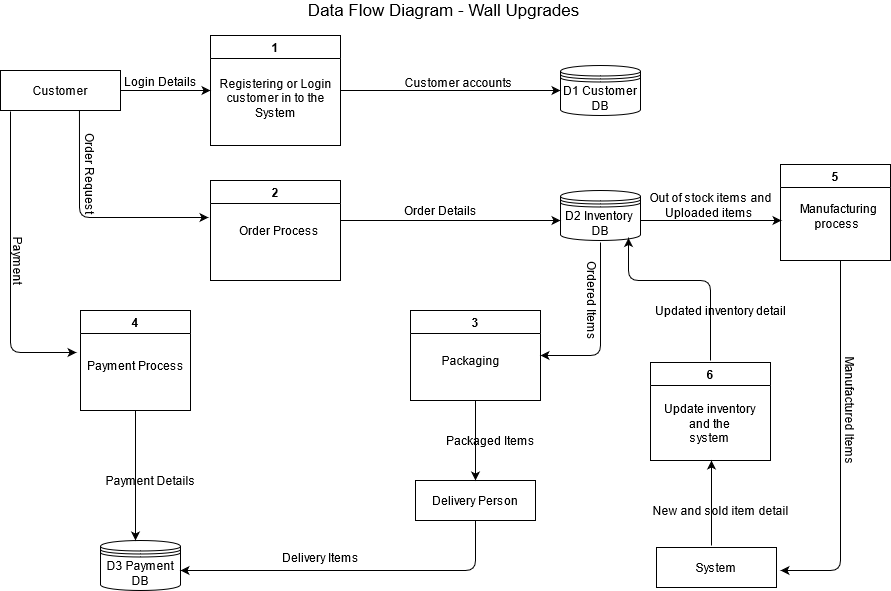
Before: Data Flow Diagram - Wall Upgrades.drawio.png, a diagram exported from draw.io (DhananjaDinethmi/DhananjaDinethmi.github.io). Source tidied: cells renumbered, new cells last; positions are measured from the earlier drawing's top-left corner, leaving out a move shared by most shapes. The source it was exported from:
```xml
<mxGraphModel>
  <root>
    <mxCell id="0" />
    <mxCell id="1" parent="0" />
    <mxCell id="2" value="&lt;font style=&quot;font-size: 17px&quot;&gt;Data Flow Diagram - Wall Upgrades&lt;/font&gt; " style="text;html=1;strokeColor=none;fillColor=none;align=center;verticalAlign=middle;whiteSpace=wrap;rounded=0;sketch=0;" parent="1" vertex="1">
      <mxGeometry x="187" width="537" height="20" as="geometry" />
    </mxCell>
    <mxCell id="3" value="Customer " style="rounded=0;whiteSpace=wrap;html=1;sketch=0;" parent="1" vertex="1">
      <mxGeometry x="12" y="70" width="120" height="40" as="geometry" />
    </mxCell>
    <mxCell id="4" value="Delivery Person" style="rounded=0;whiteSpace=wrap;html=1;sketch=0;" parent="1" vertex="1">
      <mxGeometry x="427" y="480" width="120" height="40" as="geometry" />
    </mxCell>
    <mxCell id="5" value="System" style="rounded=0;whiteSpace=wrap;html=1;sketch=0;" parent="1" vertex="1">
      <mxGeometry x="668" y="547" width="120" height="40" as="geometry" />
    </mxCell>
    <mxCell id="6" value="&lt;div&gt;D1 Customer &lt;br&gt;&lt;/div&gt;&lt;div&gt;DB&lt;br&gt;&lt;/div&gt;" style="shape=datastore;whiteSpace=wrap;html=1;rounded=0;sketch=0;" parent="1" vertex="1">
      <mxGeometry x="572" y="65" width="80" height="50" as="geometry" />
    </mxCell>
    <mxCell id="7" value="&lt;div&gt;D2 Inventory&amp;nbsp; &lt;br&gt;&lt;/div&gt;&lt;div&gt;DB&lt;br&gt;&lt;/div&gt;" style="shape=datastore;whiteSpace=wrap;html=1;rounded=0;sketch=0;" parent="1" vertex="1">
      <mxGeometry x="572" y="190" width="80" height="50" as="geometry" />
    </mxCell>
    <mxCell id="8" value="&lt;div&gt;D3 Payment &lt;br&gt;&lt;/div&gt;&lt;div&gt;DB&lt;br&gt;&lt;/div&gt;" style="shape=datastore;whiteSpace=wrap;html=1;rounded=0;sketch=0;" parent="1" vertex="1">
      <mxGeometry x="112" y="540" width="80" height="50" as="geometry" />
    </mxCell>
    <mxCell id="9" value="1" style="swimlane;rounded=0;sketch=0;" parent="1" vertex="1">
      <mxGeometry x="222" y="35" width="130" height="110" as="geometry" />
    </mxCell>
    <mxCell id="10" value="&lt;div&gt;&lt;br&gt;&lt;/div&gt;&lt;div&gt;&lt;br&gt;&lt;/div&gt;&lt;div&gt;&lt;br&gt;&lt;/div&gt;&lt;div&gt;Registering or Login &lt;br&gt;&lt;/div&gt;&lt;div&gt;customer in to the&lt;/div&gt;&lt;div&gt; System&lt;br&gt; &lt;/div&gt;" style="text;html=1;align=center;verticalAlign=middle;strokeColor=none;" parent="9" vertex="1">
      <mxGeometry y="-4" width="130" height="90" as="geometry" />
    </mxCell>
    <mxCell id="11" style="endArrow=classic;html=1;exitX=1;exitY=0.5;exitDx=0;exitDy=0;entryX=0;entryY=0.5;entryDx=0;entryDy=0;" parent="1" edge="1" source="3" target="9">
      <mxGeometry relative="1" as="geometry" />
    </mxCell>
    <mxCell id="12" value="Login Details" style="text;html=1;align=center;verticalAlign=middle;strokeColor=none;" parent="1" vertex="1">
      <mxGeometry x="127" y="71" width="90" height="20" as="geometry" />
    </mxCell>
    <mxCell id="13" style="endArrow=classic;html=1;exitX=1;exitY=0.5;exitDx=0;exitDy=0;" parent="1" edge="1" source="9">
      <mxGeometry relative="1" as="geometry">
        <mxPoint x="572" y="90" as="targetPoint" />
      </mxGeometry>
    </mxCell>
    <mxCell id="14" value="&lt;font style=&quot;font-size: 12px&quot;&gt;Customer accounts &lt;/font&gt;" style="edgeLabel;html=1;align=center;verticalAlign=middle;" parent="13" vertex="1">
      <mxGeometry x="-0.45" y="3" relative="1" as="geometry">
        <mxPoint x="56" y="-6" as="offset" />
      </mxGeometry>
    </mxCell>
    <mxCell id="15" value="2" style="swimlane;rounded=0;sketch=0;startSize=23;" parent="1" vertex="1">
      <mxGeometry x="222" y="180" width="130" height="100" as="geometry" />
    </mxCell>
    <mxCell id="16" value="&amp;nbsp;&amp;nbsp;&amp;nbsp;&amp;nbsp;&amp;nbsp;&amp;nbsp;&amp;nbsp;&amp;nbsp;&amp;nbsp;&amp;nbsp;&amp;nbsp;&amp;nbsp;&amp;nbsp;&amp;nbsp;&amp;nbsp;&amp;nbsp;&amp;nbsp;&amp;nbsp; Order Process " style="text;html=1;align=center;verticalAlign=middle;points=[];strokeColor=none;" parent="1" vertex="1">
      <mxGeometry x="187" y="220" width="150" height="20" as="geometry" />
    </mxCell>
    <mxCell id="17" style="endArrow=classic;html=1;" parent="1" edge="1">
      <mxGeometry relative="1" as="geometry">
        <mxPoint x="352" y="220" as="sourcePoint" />
        <mxPoint x="572" y="220" as="targetPoint" />
      </mxGeometry>
    </mxCell>
    <mxCell id="18" style="endArrow=classic;html=1;exitX=0.658;exitY=1;exitDx=0;exitDy=0;exitPerimeter=0;entryX=0.22;entryY=-0.15;entryDx=0;entryDy=0;entryPerimeter=0;" parent="1" edge="1" source="3" target="16">
      <mxGeometry relative="1" as="geometry">
        <Array as="points">
          <mxPoint x="91" y="217" />
        </Array>
      </mxGeometry>
    </mxCell>
    <mxCell id="19" value="Order Request" style="text;html=1;align=center;verticalAlign=middle;strokeColor=none;rotation=90;" parent="1" vertex="1">
      <mxGeometry x="52" y="163" width="100" height="20" as="geometry" />
    </mxCell>
    <mxCell id="20" value="Order Details" style="text;html=1;align=center;verticalAlign=middle;strokeColor=none;" parent="1" vertex="1">
      <mxGeometry x="407" y="200" width="90" height="20" as="geometry" />
    </mxCell>
    <mxCell id="21" value="3" style="swimlane;rounded=0;sketch=0;startSize=23;" parent="1" vertex="1">
      <mxGeometry x="422" y="310" width="130" height="90" as="geometry" />
    </mxCell>
    <mxCell id="22" value="Packaging " style="text;html=1;align=center;verticalAlign=middle;strokeColor=none;" parent="1" vertex="1">
      <mxGeometry x="447" y="350" width="70" height="20" as="geometry" />
    </mxCell>
    <mxCell id="23" style="endArrow=classic;html=1;entryX=1;entryY=0.5;entryDx=0;entryDy=0;" parent="1" edge="1" target="21">
      <mxGeometry relative="1" as="geometry">
        <mxPoint x="612" y="242" as="sourcePoint" />
        <Array as="points">
          <mxPoint x="612" y="355" />
        </Array>
      </mxGeometry>
    </mxCell>
    <mxCell id="24" value="Ordered Items" style="text;html=1;align=center;verticalAlign=middle;strokeColor=none;rotation=90;" parent="1" vertex="1">
      <mxGeometry x="559" y="290" width="90" height="20" as="geometry" />
    </mxCell>
    <mxCell id="25" style="endArrow=classic;html=1;entryX=0.5;entryY=0;entryDx=0;entryDy=0;" parent="1" edge="1" target="4">
      <mxGeometry relative="1" as="geometry">
        <mxPoint x="487" y="400" as="sourcePoint" />
      </mxGeometry>
    </mxCell>
    <mxCell id="26" value="Packaged Items " style="text;html=1;align=center;verticalAlign=middle;strokeColor=none;" parent="1" vertex="1">
      <mxGeometry x="452" y="430" width="100" height="20" as="geometry" />
    </mxCell>
    <mxCell id="27" value="4" style="swimlane;rounded=0;sketch=0;startSize=23;" parent="1" vertex="1">
      <mxGeometry x="92" y="310" width="110" height="100" as="geometry" />
    </mxCell>
    <mxCell id="28" value="Payment Process " style="text;html=1;align=center;verticalAlign=middle;points=[];strokeColor=none;" parent="1" vertex="1">
      <mxGeometry x="92" y="355" width="110" height="20" as="geometry" />
    </mxCell>
    <mxCell id="29" style="endArrow=classic;html=1;entryX=-0.036;entryY=-0.15;entryDx=0;entryDy=0;entryPerimeter=0;" parent="1" edge="1" target="28">
      <mxGeometry relative="1" as="geometry">
        <mxPoint x="22" y="111" as="sourcePoint" />
        <Array as="points">
          <mxPoint x="22" y="352" />
        </Array>
      </mxGeometry>
    </mxCell>
    <mxCell id="30" value="Payment " style="text;html=1;align=center;verticalAlign=middle;strokeColor=none;rotation=90;" parent="1" vertex="1">
      <mxGeometry y="250" width="60" height="20" as="geometry" />
    </mxCell>
    <mxCell id="31" style="endArrow=classic;html=1;exitX=0.5;exitY=1;exitDx=0;exitDy=0;" parent="1" edge="1" source="27">
      <mxGeometry relative="1" as="geometry">
        <mxPoint x="147" y="540" as="targetPoint" />
      </mxGeometry>
    </mxCell>
    <mxCell id="32" value="Payment Details " style="text;html=1;align=center;verticalAlign=middle;strokeColor=none;" parent="1" vertex="1">
      <mxGeometry x="107" y="470" width="110" height="20" as="geometry" />
    </mxCell>
    <mxCell id="33" style="endArrow=classic;html=1;exitX=0.5;exitY=1;exitDx=0;exitDy=0;" parent="1" edge="1" source="4">
      <mxGeometry relative="1" as="geometry">
        <mxPoint x="192" y="570" as="targetPoint" />
        <Array as="points">
          <mxPoint x="487" y="570" />
        </Array>
      </mxGeometry>
    </mxCell>
    <mxCell id="34" value="Delivery Items " style="text;html=1;align=center;verticalAlign=middle;strokeColor=none;" parent="1" vertex="1">
      <mxGeometry x="287" y="547" width="90" height="20" as="geometry" />
    </mxCell>
    <mxCell id="35" value="5" style="swimlane;rounded=0;sketch=0;startSize=23;" parent="1" vertex="1">
      <mxGeometry x="792" y="164" width="110" height="96" as="geometry" />
    </mxCell>
    <mxCell id="36" value="&lt;div&gt;Manufacturing &lt;br&gt;&lt;/div&gt;&lt;div&gt;process&amp;nbsp; &lt;/div&gt;" style="text;html=1;align=center;verticalAlign=middle;strokeColor=none;" parent="1" vertex="1">
      <mxGeometry x="805" y="201" width="90" height="30" as="geometry" />
    </mxCell>
    <mxCell id="37" style="endArrow=classic;html=1;exitX=1;exitY=0.5;exitDx=0;exitDy=0;" parent="1" edge="1">
      <mxGeometry relative="1" as="geometry">
        <mxPoint x="652" y="220" as="sourcePoint" />
        <mxPoint x="793" y="220" as="targetPoint" />
      </mxGeometry>
    </mxCell>
    <mxCell id="38" value="&lt;div&gt;Out of stock items and &lt;br&gt;&lt;/div&gt;&lt;div&gt;Uploaded items&amp;nbsp; &lt;/div&gt;" style="text;html=1;align=center;verticalAlign=middle;strokeColor=none;" parent="1" vertex="1">
      <mxGeometry x="652" y="190" width="140" height="30" as="geometry" />
    </mxCell>
    <mxCell id="39" value="6" style="swimlane;rounded=0;sketch=0;startSize=23;" parent="1" vertex="1">
      <mxGeometry x="662" y="362" width="120" height="98" as="geometry" />
    </mxCell>
    <mxCell id="40" value="&lt;div&gt;Update inventory &lt;br&gt;&lt;/div&gt;&lt;div&gt;and the &lt;br&gt;&lt;/div&gt;&lt;div&gt;system &lt;/div&gt;" style="text;html=1;align=center;verticalAlign=middle;strokeColor=none;" parent="1" vertex="1">
      <mxGeometry x="666" y="398" width="110" height="50" as="geometry" />
    </mxCell>
    <mxCell id="41" style="endArrow=classic;html=1;entryX=0.85;entryY=0.95;entryDx=0;entryDy=0;entryPerimeter=0;" parent="1" edge="1" target="7">
      <mxGeometry relative="1" as="geometry">
        <mxPoint x="722" y="360" as="sourcePoint" />
        <Array as="points">
          <mxPoint x="722" y="280" />
          <mxPoint x="640" y="280" />
        </Array>
      </mxGeometry>
    </mxCell>
    <mxCell id="42" style="endArrow=classic;html=1;exitX=0.45;exitY=-0.05;exitDx=0;exitDy=0;exitPerimeter=0;entryX=0.5;entryY=1;entryDx=0;entryDy=0;" parent="1" edge="1">
      <mxGeometry relative="1" as="geometry">
        <mxPoint x="723" y="545" as="sourcePoint" />
        <mxPoint x="723" y="460" as="targetPoint" />
      </mxGeometry>
    </mxCell>
    <mxCell id="43" style="endArrow=classic;html=1;" parent="1" edge="1">
      <mxGeometry relative="1" as="geometry">
        <mxPoint x="852" y="260" as="sourcePoint" />
        <mxPoint x="792" y="570" as="targetPoint" />
        <Array as="points">
          <mxPoint x="852" y="570" />
        </Array>
      </mxGeometry>
    </mxCell>
    <mxCell id="44" value="Manufactured Items " style="text;html=1;align=center;verticalAlign=middle;strokeColor=none;rotation=90;" parent="1" vertex="1">
      <mxGeometry x="802" y="400" width="120" height="20" as="geometry" />
    </mxCell>
    <mxCell id="45" value="New and sold item detail" style="text;html=1;align=center;verticalAlign=middle;strokeColor=none;" parent="1" vertex="1">
      <mxGeometry x="657" y="500" width="150" height="20" as="geometry" />
    </mxCell>
    <mxCell id="46" value="Updated inventory detail" style="text;html=1;align=center;verticalAlign=middle;strokeColor=none;" parent="1" vertex="1">
      <mxGeometry x="657" y="300" width="150" height="20" as="geometry" />
    </mxCell>
  </root>
</mxGraphModel>
```
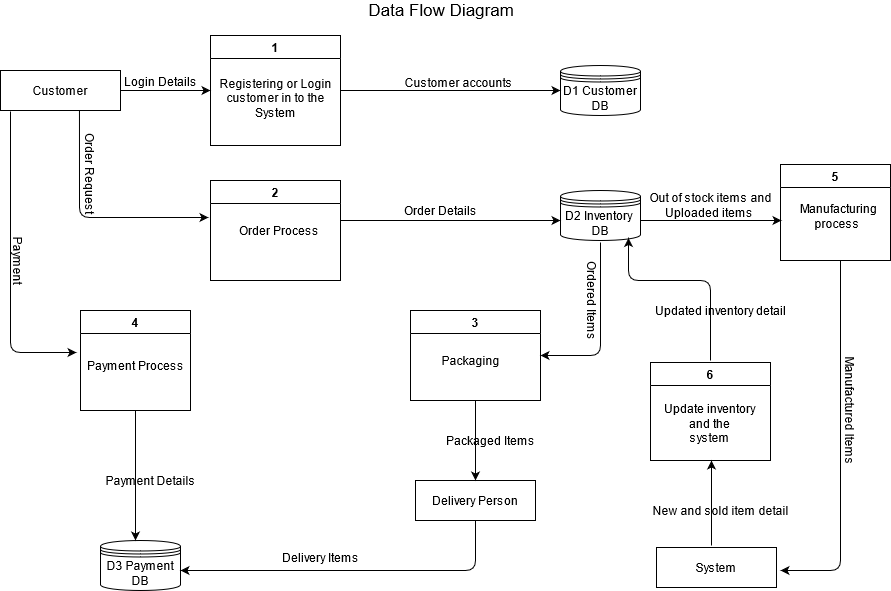
The same file after the commit.

Diff of the diagram source:
```diff
@@ -2,7 +2,7 @@
   <root>
     <mxCell id="0" />
     <mxCell id="1" parent="0" />
-    <mxCell id="2" value="&lt;font style=&quot;font-size: 17px&quot;&gt;Data Flow Diagram - Wall Upgrades&lt;/font&gt; " style="text;html=1;strokeColor=none;fillColor=none;align=center;verticalAlign=middle;whiteSpace=wrap;rounded=0;sketch=0;" parent="1" vertex="1">
+    <mxCell id="2" value="&lt;font style=&quot;font-size: 17px&quot;&gt;&lt;span style=&quot;white-space: pre&quot;&gt;&lt;/span&gt;Data Flow Diagram&amp;nbsp;&lt;/font&gt; " style="text;html=1;strokeColor=none;fillColor=none;align=center;verticalAlign=middle;whiteSpace=wrap;rounded=0;sketch=0;" parent="1" vertex="1">
       <mxGeometry x="187" width="537" height="20" as="geometry" />
     </mxCell>
     <mxCell id="3" value="Customer " style="rounded=0;whiteSpace=wrap;html=1;sketch=0;" parent="1" vertex="1">
```
